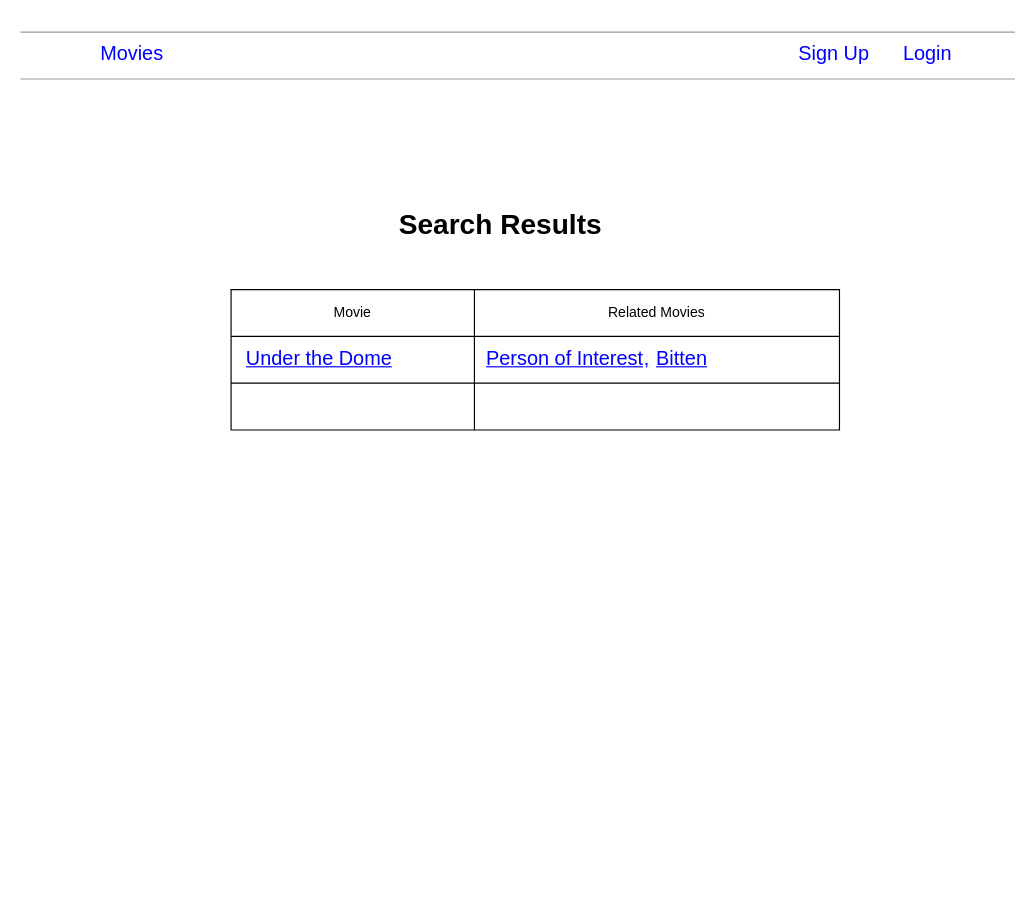
Before: page "Movies" (5 of 8) of Docs/Wireframe.drawio in natank/diagrams, a draw.io diagram. Source tidied: cells renumbered, new cells numbered last; positions are measured from the earlier drawing's top-left corner, leaving out a move shared by most shapes. Both pictures are drawn from the tidied source at 117%, with x=0, y=0 at pixel (20, 20).
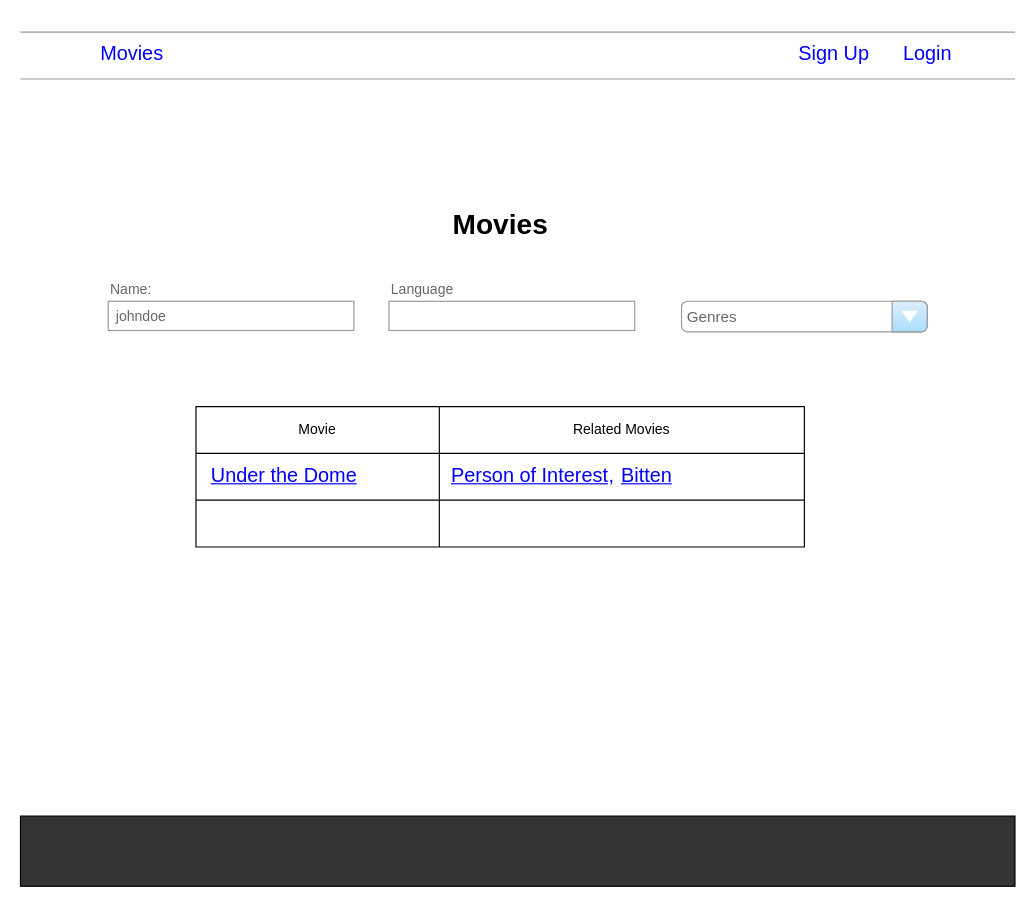
The same diagram, later.

Change to the diagram source:
```diff
@@
-    <mxCell id="7" value="Search Results" style="text;strokeColor=none;fillColor=none;html=1;fontSize=24;fontStyle=1;verticalAlign=middle;align=center;" parent="1" vertex="1">
+    <mxCell id="7" value="Movies" style="text;strokeColor=none;fillColor=none;html=1;fontSize=24;fontStyle=1;verticalAlign=middle;align=center;" parent="1" vertex="1">
       <mxGeometry x="360" y="140" width="100" height="70.7" as="geometry" />
     </mxCell>
     <mxCell id="8" style="shape=table;html=1;whiteSpace=wrap;startSize=0;childLayout=tableLayout;strokeWidth=1;fontSize=13;align=center;" parent="1" vertex="1">
-      <mxGeometry x="180" y="230" width="520" height="120" as="geometry" />
+      <mxGeometry x="150" y="330" width="520" height="120" as="geometry" />
     </mxCell>
@@
     <mxCell id="18" value="Under the Dome" style="shape=rectangle;strokeColor=none;fillColor=none;linkText=;fontSize=17;fontColor=#0000ff;fontStyle=4;html=1;align=center;" parent="1" vertex="1">
-      <mxGeometry x="180" y="275" width="150" height="30" as="geometry" />
+      <mxGeometry x="150" y="375" width="150" height="30" as="geometry" />
     </mxCell>
     <mxCell id="19" value="Person of Interest" style="shape=rectangle;strokeColor=none;fillColor=none;linkText=;fontSize=17;fontColor=#0000ff;fontStyle=4;html=1;align=center;" parent="1" vertex="1">
-      <mxGeometry x="390" y="275" width="150" height="30" as="geometry" />
+      <mxGeometry x="360" y="375" width="150" height="30" as="geometry" />
     </mxCell>
     <mxCell id="20" value="," style="shape=rectangle;strokeColor=none;fillColor=none;linkText=;fontSize=17;fontColor=#0000ff;fontStyle=4;html=1;align=center;" parent="1" vertex="1">
-      <mxGeometry x="530" y="275" width="10" height="30" as="geometry" />
+      <mxGeometry x="500" y="375" width="10" height="30" as="geometry" />
     </mxCell>
     <mxCell id="21" value="Bitten" style="shape=rectangle;strokeColor=none;fillColor=none;linkText=;fontSize=17;fontColor=#0000ff;fontStyle=4;html=1;align=center;" parent="1" vertex="1">
-      <mxGeometry x="540" y="275" width="50" height="30" as="geometry" />
+      <mxGeometry x="510" y="375" width="50" height="30" as="geometry" />
     </mxCell>
+    <mxCell id="22" value="Name:" style="strokeWidth=1;shadow=0;dashed=0;align=center;html=1;shape=mxgraph.mockup.forms.anchor;fontSize=12;fontColor=#666666;align=left;spacingLeft=0;" parent="1" vertex="1">
+      <mxGeometry x="75" y="220" width="225" height="20" as="geometry" />
+    </mxCell>
+    <mxCell id="23" value="johndoe" style="strokeWidth=1;shadow=0;dashed=0;align=center;html=1;shape=mxgraph.mockup.forms.rrect;rSize=0;strokeColor=#999999;fontColor=#666666;align=left;spacingLeft=5;" parent="1" vertex="1">
+      <mxGeometry x="75" y="240" width="210" height="25" as="geometry" />
+    </mxCell>
+    <mxCell id="24" value="Language" style="strokeWidth=1;shadow=0;dashed=0;align=center;html=1;shape=mxgraph.mockup.forms.anchor;fontSize=12;fontColor=#666666;align=left;spacingLeft=0;" parent="1" vertex="1">
+      <mxGeometry x="315" y="220" width="225" height="20" as="geometry" />
+    </mxCell>
+    <mxCell id="25" style="strokeWidth=1;shadow=0;dashed=0;align=center;html=1;shape=mxgraph.mockup.forms.rrect;rSize=0;strokeColor=#999999;fontColor=#666666;align=left;spacingLeft=5;" parent="1" vertex="1">
+      <mxGeometry x="315" y="240" width="210" height="25" as="geometry" />
+    </mxCell>
+    <mxCell id="26" value="Genres" style="strokeWidth=1;shadow=0;dashed=0;align=center;html=1;shape=mxgraph.mockup.forms.comboBox;strokeColor=#999999;fillColor=#ddeeff;align=left;fillColor2=#aaddff;mainText=;fontColor=#666666;fontSize=13;spacingLeft=3;" parent="1" vertex="1">
+      <mxGeometry x="565" y="240" width="210" height="26.1" as="geometry" />
+    </mxCell>
+    <mxCell id="27" style="rounded=0;whiteSpace=wrap;html=1;sketch=0;align=left;labelBackgroundColor=#333333;fillColor=#333333;" parent="1" vertex="1">
+      <mxGeometry y="680" width="850" height="60" as="geometry" />
+    </mxCell>
```
